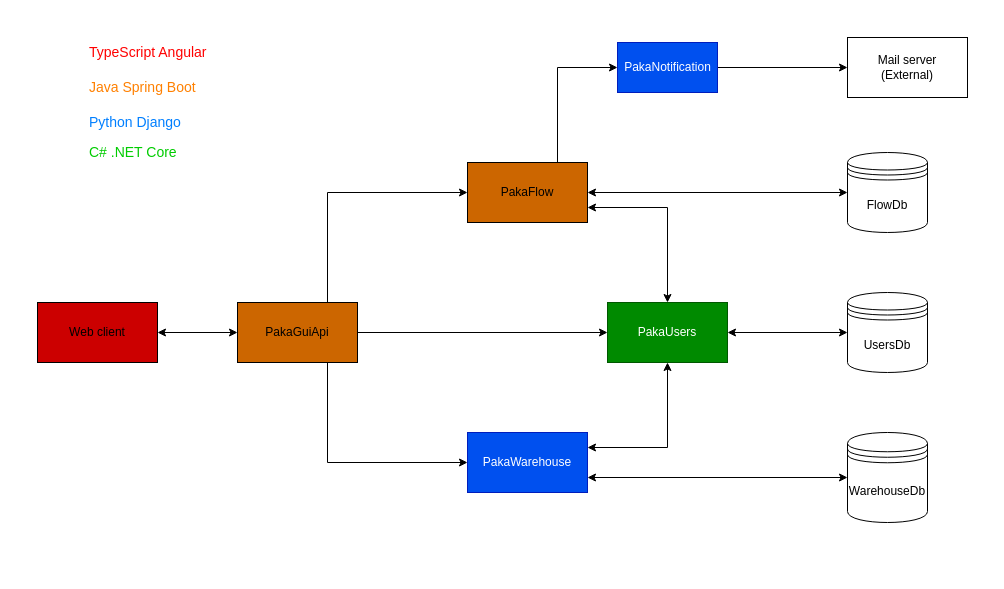
Above: Architecture.drawio in IUI-januszex/documentation (draw.io), before the change. Source tidied: cells renumbered, new cells numbered last; positions are measured from the earlier drawing's top-left corner, leaving out a move shared by most shapes. Both pictures are drawn from the tidied source at 100%, with x=0, y=0 at pixel (37, 37).
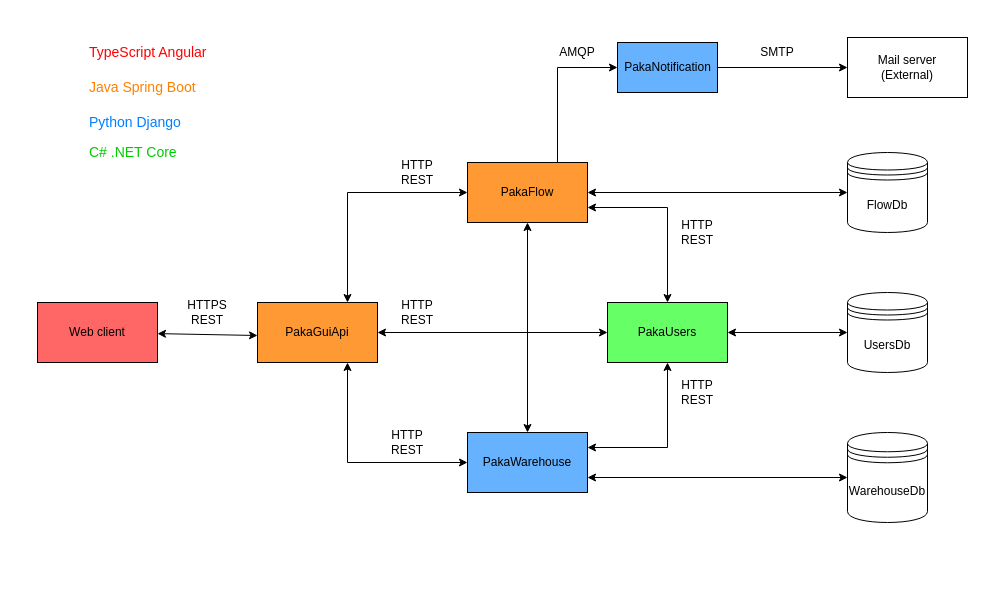
The same page after the edit.

The edit, as a diff of the source:
```diff
@@
+    <mxCell id="27" style="rounded=0;whiteSpace=wrap;html=1;strokeColor=none;" parent="1" vertex="1">
+      <mxGeometry x="-20" y="-20" width="970" height="555" as="geometry" />
+    </mxCell>
@@
-    <mxCell id="5" style="edgeStyle=orthogonalEdgeStyle;rounded=0;jettySize=auto;html=1;exitX=0.75;exitY=0;exitDx=0;exitDy=0;entryX=0;entryY=0.5;entryDx=0;entryDy=0;startArrow=none;startFill=0;" parent="1" edge="1" source="8" target="14">
+    <mxCell id="5" style="edgeStyle=orthogonalEdgeStyle;rounded=0;jettySize=auto;html=1;exitX=0.75;exitY=0;exitDx=0;exitDy=0;entryX=0;entryY=0.5;entryDx=0;entryDy=0;startArrow=classic;startFill=1;" parent="1" edge="1" source="8" target="14">
       <mxGeometry relative="1" as="geometry" />
     </mxCell>
-    <mxCell id="6" style="edgeStyle=orthogonalEdgeStyle;rounded=0;jettySize=auto;html=1;exitX=0.75;exitY=1;exitDx=0;exitDy=0;entryX=0;entryY=0.5;entryDx=0;entryDy=0;startArrow=none;startFill=0;" parent="1" edge="1" source="8" target="19">
+    <mxCell id="6" style="edgeStyle=orthogonalEdgeStyle;rounded=0;jettySize=auto;html=1;exitX=0.75;exitY=1;exitDx=0;exitDy=0;entryX=0;entryY=0.5;entryDx=0;entryDy=0;startArrow=classic;startFill=1;" parent="1" edge="1" source="8" target="19">
       <mxGeometry relative="1" as="geometry" />
     </mxCell>
-    <mxCell id="7" style="edgeStyle=orthogonalEdgeStyle;rounded=0;jettySize=auto;html=1;exitX=1;exitY=0.5;exitDx=0;exitDy=0;entryX=0;entryY=0.5;entryDx=0;entryDy=0;startArrow=none;startFill=0;" parent="1" edge="1" source="8" target="16">
+    <mxCell id="7" style="edgeStyle=orthogonalEdgeStyle;rounded=0;jettySize=auto;html=1;exitX=1;exitY=0.5;exitDx=0;exitDy=0;entryX=0;entryY=0.5;entryDx=0;entryDy=0;startArrow=classic;startFill=1;" parent="1" edge="1" source="8" target="16">
       <mxGeometry relative="1" as="geometry" />
     </mxCell>
-    <mxCell id="8" value="PakaGuiApi" style="rounded=0;whiteSpace=wrap;html=1;fillColor=#CC6600;" parent="1" vertex="1">
-      <mxGeometry x="200" y="265" width="120" height="60" as="geometry" />
+    <mxCell id="8" value="PakaGuiApi" style="rounded=0;whiteSpace=wrap;html=1;fillColor=#FF9933;" parent="1" vertex="1">
+      <mxGeometry x="220" y="265" width="120" height="60" as="geometry" />
     </mxCell>
-    <mxCell id="9" value="Web client" style="rounded=0;whiteSpace=wrap;html=1;fillColor=#CC0000;" parent="1" vertex="1">
+    <mxCell id="9" value="Web client" style="rounded=0;whiteSpace=wrap;html=1;fillColor=#FF6666;" parent="1" vertex="1">
       <mxGeometry y="265" width="120" height="60" as="geometry" />
     </mxCell>
-    <mxCell id="10" style="endArrow=classic;startArrow=classic;html=1;entryX=0;entryY=0.5;entryDx=0;entryDy=0;" parent="1" edge="1" source="9" target="8">
-      <mxGeometry relative="1" as="geometry" />
+    <mxCell id="10" style="endArrow=classic;startArrow=classic;html=1;" parent="1" edge="1" source="9">
+      <mxGeometry relative="1" as="geometry">
+        <mxPoint x="220" y="298" as="targetPoint" />
+      </mxGeometry>
     </mxCell>
@@
-    <mxCell id="14" value="PakaFlow" style="rounded=0;whiteSpace=wrap;html=1;fillColor=#CC6600;" parent="1" vertex="1">
+    <mxCell id="14" value="PakaFlow" style="rounded=0;whiteSpace=wrap;html=1;fillColor=#FF9933;" parent="1" vertex="1">
       <mxGeometry x="430" y="125" width="120" height="60" as="geometry" />
     </mxCell>
@@
-    <mxCell id="16" value="PakaUsers" style="rounded=0;whiteSpace=wrap;html=1;fillColor=#008a00;fontColor=#ffffff;strokeColor=#005700;" parent="1" vertex="1">
+    <mxCell id="16" value="PakaUsers" style="rounded=0;whiteSpace=wrap;html=1;fillColor=#66FF66;" parent="1" vertex="1">
       <mxGeometry x="570" y="265" width="120" height="60" as="geometry" />
     </mxCell>
@@
-    <mxCell id="19" value="PakaWarehouse" style="rounded=0;whiteSpace=wrap;html=1;fillColor=#0050ef;fontColor=#ffffff;strokeColor=#001DBC;" parent="1" vertex="1">
+    <mxCell id="19" value="PakaWarehouse" style="rounded=0;whiteSpace=wrap;html=1;fillColor=#66B2FF;" parent="1" vertex="1">
       <mxGeometry x="430" y="395" width="120" height="60" as="geometry" />
     </mxCell>
@@
-    <mxCell id="21" value="PakaNotification" style="html=1;dashed=0;whitespace=wrap;fillColor=#0050ef;fontColor=#ffffff;strokeColor=#001DBC;" parent="1" vertex="1">
+    <mxCell id="21" value="PakaNotification" style="html=1;dashed=0;whitespace=wrap;fillColor=#66B2FF;" parent="1" vertex="1">
       <mxGeometry x="580" y="5" width="100" height="50" as="geometry" />
     </mxCell>
@@
+    <mxCell id="28" style="endArrow=classic;startArrow=classic;html=1;entryX=0.5;entryY=1;entryDx=0;entryDy=0;exitX=0.5;exitY=0;exitDx=0;exitDy=0;" parent="1" edge="1" source="19" target="14">
+      <mxGeometry relative="1" as="geometry" />
+    </mxCell>
+    <mxCell id="29" value="HTTPS&lt;br&gt;REST" style="text;html=1;strokeColor=none;fillColor=none;align=center;verticalAlign=middle;whiteSpace=wrap;rounded=0;" parent="1" vertex="1">
+      <mxGeometry x="150" y="265" width="40" height="20" as="geometry" />
+    </mxCell>
+    <mxCell id="30" value="HTTP&lt;br&gt;REST" style="text;html=1;strokeColor=none;fillColor=none;align=center;verticalAlign=middle;whiteSpace=wrap;rounded=0;" parent="1" vertex="1">
+      <mxGeometry x="360" y="125" width="40" height="20" as="geometry" />
+    </mxCell>
+    <mxCell id="31" value="HTTP&lt;br&gt;REST" style="text;html=1;strokeColor=none;fillColor=none;align=center;verticalAlign=middle;whiteSpace=wrap;rounded=0;" parent="1" vertex="1">
+      <mxGeometry x="350" y="395" width="40" height="20" as="geometry" />
+    </mxCell>
+    <mxCell id="32" value="HTTP&lt;br&gt;REST" style="text;html=1;strokeColor=none;fillColor=none;align=center;verticalAlign=middle;whiteSpace=wrap;rounded=0;" parent="1" vertex="1">
+      <mxGeometry x="360" y="265" width="40" height="20" as="geometry" />
+    </mxCell>
+    <mxCell id="33" value="HTTP&lt;br&gt;REST" style="text;html=1;strokeColor=none;fillColor=none;align=center;verticalAlign=middle;whiteSpace=wrap;rounded=0;" parent="1" vertex="1">
+      <mxGeometry x="640" y="185" width="40" height="20" as="geometry" />
+    </mxCell>
+    <mxCell id="34" value="HTTP&lt;br&gt;REST" style="text;html=1;strokeColor=none;fillColor=none;align=center;verticalAlign=middle;whiteSpace=wrap;rounded=0;" parent="1" vertex="1">
+      <mxGeometry x="640" y="345" width="40" height="20" as="geometry" />
+    </mxCell>
+    <mxCell id="35" value="AMQP" style="text;html=1;strokeColor=none;fillColor=none;align=center;verticalAlign=middle;whiteSpace=wrap;rounded=0;" parent="1" vertex="1">
+      <mxGeometry x="520" y="5" width="40" height="20" as="geometry" />
+    </mxCell>
+    <mxCell id="36" value="SMTP" style="text;html=1;strokeColor=none;fillColor=none;align=center;verticalAlign=middle;whiteSpace=wrap;rounded=0;" parent="1" vertex="1">
+      <mxGeometry x="720" y="5" width="40" height="20" as="geometry" />
+    </mxCell>
```
